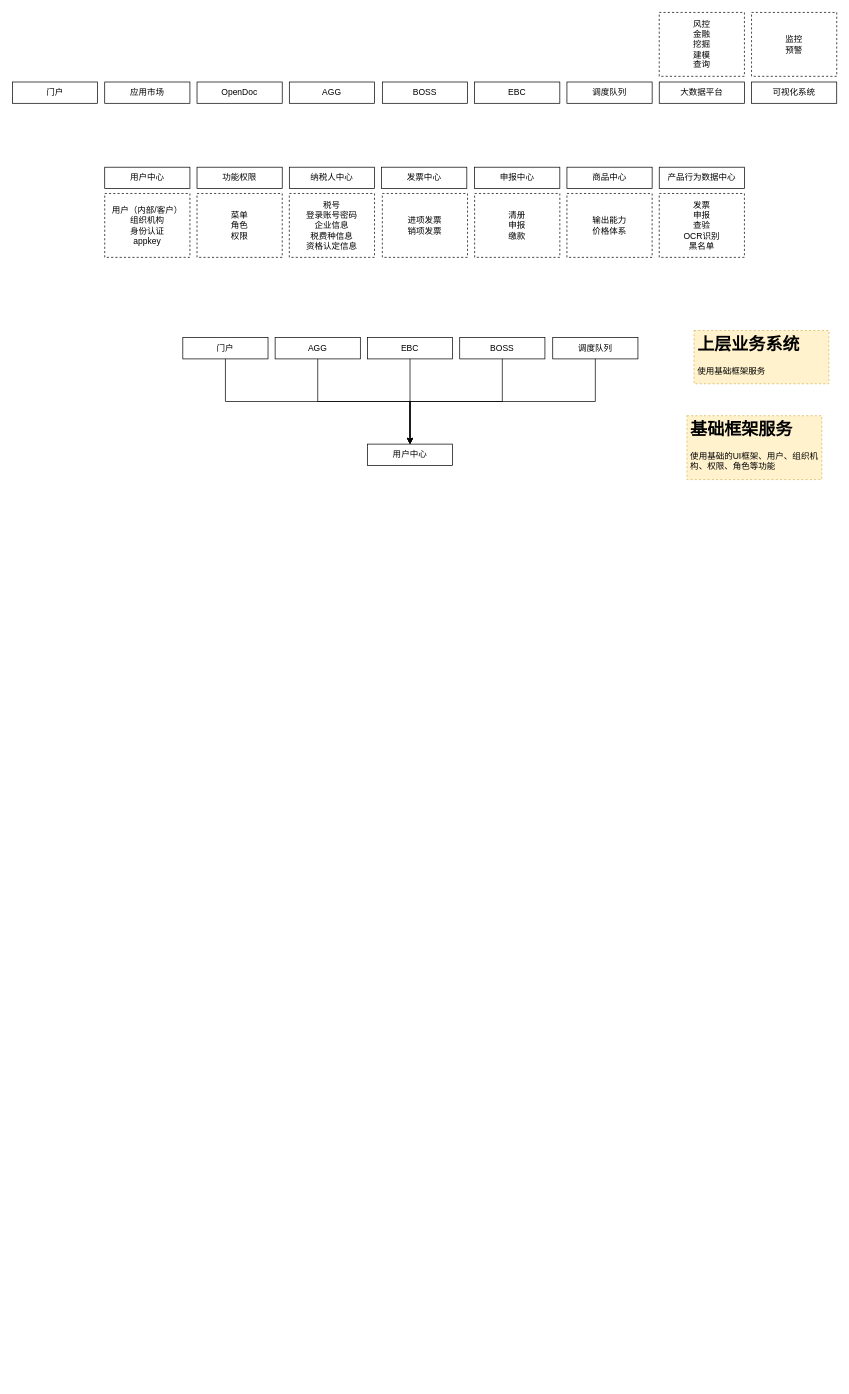
Earlier version of the draw.io diagram 基于Boss系统的基础框架.drawio (xingzhihe/hello-world). Source tidied: cells renumbered, new cells numbered last; positions are measured from the earlier drawing's top-left corner, leaving out a move shared by most shapes. Both pictures are drawn from the tidied source at 71%, with x=0, y=0 at pixel (12, 12).
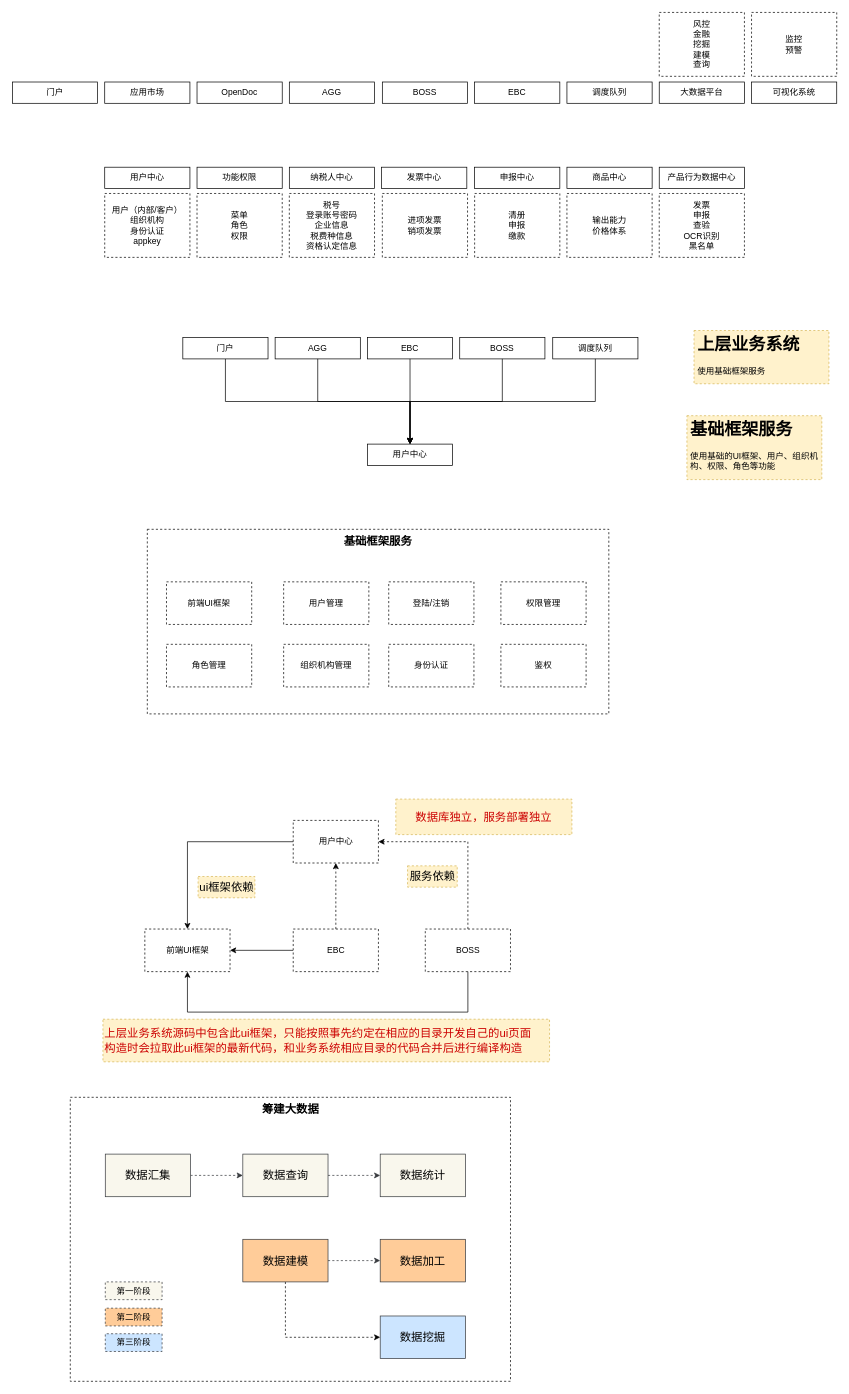
Above is the later version.

Commit message:
更新基于Boss系统的基础框架.drawio

The edit, as a diff of the source:
```diff
@@
+    <mxCell id="40" value="&lt;b&gt;筹建大数据&lt;/b&gt;" style="rounded=0;whiteSpace=wrap;html=1;fontSize=16;fontColor=#000000;dashed=1;align=center;verticalAlign=top;" parent="1" vertex="1">
+      <mxGeometry x="81.5" y="1528" width="620" height="400" as="geometry" />
+    </mxCell>
@@
+    <mxCell id="41" value="&lt;font style=&quot;font-size: 16px&quot;&gt;基础框架服务&lt;/font&gt;" style="whiteSpace=wrap;html=1;dashed=1;verticalAlign=top;fontStyle=1;" parent="1" vertex="1">
+      <mxGeometry x="190" y="728" width="650" height="260" as="geometry" />
+    </mxCell>
+    <mxCell id="42" value="前端UI框架" style="rounded=0;whiteSpace=wrap;html=1;dashed=1;" parent="1" vertex="1">
+      <mxGeometry x="217" y="802" width="120" height="60" as="geometry" />
+    </mxCell>
+    <mxCell id="43" value="用户管理" style="rounded=0;whiteSpace=wrap;html=1;dashed=1;" parent="1" vertex="1">
+      <mxGeometry x="382" y="802" width="120" height="60" as="geometry" />
+    </mxCell>
+    <mxCell id="44" value="组织机构管理" style="rounded=0;whiteSpace=wrap;html=1;dashed=1;" parent="1" vertex="1">
+      <mxGeometry x="382" y="890" width="120" height="60" as="geometry" />
+    </mxCell>
+    <mxCell id="45" value="登陆/注销" style="rounded=0;whiteSpace=wrap;html=1;dashed=1;" parent="1" vertex="1">
+      <mxGeometry x="530" y="802" width="120" height="60" as="geometry" />
+    </mxCell>
+    <mxCell id="46" value="角色管理" style="rounded=0;whiteSpace=wrap;html=1;dashed=1;" parent="1" vertex="1">
+      <mxGeometry x="217" y="890" width="120" height="60" as="geometry" />
+    </mxCell>
+    <mxCell id="47" value="权限管理" style="rounded=0;whiteSpace=wrap;html=1;dashed=1;" parent="1" vertex="1">
+      <mxGeometry x="688" y="802" width="120" height="60" as="geometry" />
+    </mxCell>
+    <mxCell id="48" value="身份认证" style="rounded=0;whiteSpace=wrap;html=1;dashed=1;" parent="1" vertex="1">
+      <mxGeometry x="530" y="890" width="120" height="60" as="geometry" />
+    </mxCell>
+    <mxCell id="49" value="鉴权" style="rounded=0;whiteSpace=wrap;html=1;dashed=1;" parent="1" vertex="1">
+      <mxGeometry x="688" y="890" width="120" height="60" as="geometry" />
+    </mxCell>
+    <mxCell id="50" style="edgeStyle=orthogonalEdgeStyle;rounded=0;jettySize=auto;html=1;exitX=0;exitY=0.5;exitDx=0;exitDy=0;fontSize=16;entryX=1;entryY=0.5;entryDx=0;entryDy=0;" parent="1" edge="1" source="52" target="51">
+      <mxGeometry relative="1" as="geometry" />
+    </mxCell>
+    <mxCell id="51" value="前端UI框架" style="rounded=0;whiteSpace=wrap;html=1;dashed=1;" parent="1" vertex="1">
+      <mxGeometry x="186.5" y="1291" width="120" height="60" as="geometry" />
+    </mxCell>
+    <mxCell id="52" value="EBC" style="rounded=0;whiteSpace=wrap;html=1;dashed=1;" parent="1" vertex="1">
+      <mxGeometry x="395.5" y="1291" width="120" height="60" as="geometry" />
+    </mxCell>
+    <mxCell id="53" value="用户中心" style="rounded=0;whiteSpace=wrap;html=1;dashed=1;" parent="1" vertex="1">
+      <mxGeometry x="395.5" y="1138" width="120" height="60" as="geometry" />
+    </mxCell>
+    <mxCell id="54" value="BOSS" style="rounded=0;whiteSpace=wrap;html=1;dashed=1;" parent="1" vertex="1">
+      <mxGeometry x="581.5" y="1291" width="120" height="60" as="geometry" />
+    </mxCell>
+    <mxCell id="55" style="edgeStyle=orthogonalEdgeStyle;rounded=0;jettySize=auto;html=1;exitX=0.5;exitY=1;exitDx=0;exitDy=0;fontSize=16;entryX=0.5;entryY=1;entryDx=0;entryDy=0;" parent="1" edge="1" source="54" target="51">
+      <mxGeometry relative="1" as="geometry">
+        <Array as="points">
+          <mxPoint x="641.5" y="1408" />
+          <mxPoint x="246.5" y="1408" />
+        </Array>
+      </mxGeometry>
+    </mxCell>
+    <mxCell id="56" style="edgeStyle=orthogonalEdgeStyle;rounded=0;jettySize=auto;html=1;exitX=0;exitY=0.5;exitDx=0;exitDy=0;fontSize=16;entryX=0.5;entryY=0;entryDx=0;entryDy=0;" parent="1" edge="1" source="53" target="51">
+      <mxGeometry relative="1" as="geometry">
+        <Array as="points">
+          <mxPoint x="246.5" y="1168" />
+        </Array>
+      </mxGeometry>
+    </mxCell>
+    <mxCell id="57" style="edgeStyle=orthogonalEdgeStyle;rounded=0;jettySize=auto;html=1;exitX=0.5;exitY=0;exitDx=0;exitDy=0;fontSize=16;entryX=1;entryY=0.5;entryDx=0;entryDy=0;dashed=1;" parent="1" edge="1" source="54" target="53">
+      <mxGeometry relative="1" as="geometry" />
+    </mxCell>
+    <mxCell id="58" style="edgeStyle=orthogonalEdgeStyle;rounded=0;jettySize=auto;html=1;exitX=0.5;exitY=0;exitDx=0;exitDy=0;fontSize=16;entryX=0.5;entryY=1;entryDx=0;entryDy=0;dashed=1;" parent="1" edge="1" source="52" target="53">
+      <mxGeometry relative="1" as="geometry" />
+    </mxCell>
+    <mxCell id="59" value="服务依赖" style="text;html=1;strokeColor=#d6b656;fillColor=#fff2cc;align=center;verticalAlign=middle;whiteSpace=wrap;rounded=0;dashed=1;fontSize=16;" parent="1" vertex="1">
+      <mxGeometry x="556.5" y="1202" width="70" height="30" as="geometry" />
+    </mxCell>
+    <mxCell id="60" value="ui框架依赖" style="text;html=1;strokeColor=#d6b656;fillColor=#fff2cc;align=center;verticalAlign=middle;whiteSpace=wrap;rounded=0;dashed=1;fontSize=16;" parent="1" vertex="1">
+      <mxGeometry x="261.5" y="1217" width="80" height="30" as="geometry" />
+    </mxCell>
+    <mxCell id="61" value="&lt;font&gt;数据库独立，服务部署独立&lt;/font&gt;" style="text;html=1;strokeColor=#d6b656;fillColor=#fff2cc;align=center;verticalAlign=middle;whiteSpace=wrap;rounded=0;dashed=1;fontSize=16;fontColor=#CC0000;" parent="1" vertex="1">
+      <mxGeometry x="540" y="1108" width="248" height="50" as="geometry" />
+    </mxCell>
+    <mxCell id="62" value="上层业务系统源码中包含此ui框架，只能按照事先约定在相应的目录开发自己的ui页面&lt;br&gt;构造时会拉取此ui框架的最新代码，和业务系统相应目录的代码合并后进行编译构造" style="text;html=1;strokeColor=#d6b656;fillColor=#fff2cc;align=left;verticalAlign=middle;whiteSpace=wrap;rounded=0;dashed=1;fontSize=16;fontColor=#CC0000;" parent="1" vertex="1">
+      <mxGeometry x="127.5" y="1418" width="629" height="60" as="geometry" />
+    </mxCell>
+    <mxCell id="63" style="edgeStyle=orthogonalEdgeStyle;rounded=0;jettySize=auto;html=1;dashed=1;fontSize=16;fontColor=#000000;fillColor=#f9f7ed;strokeColor=#36393d;" parent="1" edge="1" source="64" target="66">
+      <mxGeometry relative="1" as="geometry" />
+    </mxCell>
+    <mxCell id="64" value="&lt;font color=&quot;#000000&quot;&gt;数据汇集&lt;/font&gt;" style="rounded=0;whiteSpace=wrap;html=1;fontSize=16;fillColor=#f9f7ed;strokeColor=#36393d;" parent="1" vertex="1">
+      <mxGeometry x="130.8" y="1608" width="120" height="60" as="geometry" />
+    </mxCell>
+    <mxCell id="65" style="edgeStyle=orthogonalEdgeStyle;rounded=0;jettySize=auto;html=1;dashed=1;fontSize=16;fontColor=#000000;fillColor=#f9f7ed;strokeColor=#36393d;" parent="1" edge="1" source="66" target="67">
+      <mxGeometry relative="1" as="geometry" />
+    </mxCell>
+    <mxCell id="66" value="&lt;font color=&quot;#000000&quot;&gt;数据查询&lt;/font&gt;" style="rounded=0;whiteSpace=wrap;html=1;fontSize=16;fillColor=#f9f7ed;strokeColor=#36393d;" parent="1" vertex="1">
+      <mxGeometry x="324.5" y="1608" width="120" height="60" as="geometry" />
+    </mxCell>
+    <mxCell id="67" value="&lt;font color=&quot;#000000&quot;&gt;数据统计&lt;/font&gt;" style="rounded=0;whiteSpace=wrap;html=1;fontSize=16;fillColor=#f9f7ed;strokeColor=#36393d;" parent="1" vertex="1">
+      <mxGeometry x="518" y="1608" width="120" height="60" as="geometry" />
+    </mxCell>
+    <mxCell id="68" style="edgeStyle=orthogonalEdgeStyle;rounded=0;jettySize=auto;html=1;dashed=1;fontSize=16;fontColor=#000000;fillColor=#ffcc99;strokeColor=#36393d;" parent="1" edge="1" source="70" target="71">
+      <mxGeometry relative="1" as="geometry" />
+    </mxCell>
+    <mxCell id="69" style="edgeStyle=orthogonalEdgeStyle;rounded=0;jettySize=auto;html=1;dashed=1;fontSize=16;fontColor=#000000;entryX=0;entryY=0.5;entryDx=0;entryDy=0;exitX=0.5;exitY=1;exitDx=0;exitDy=0;" parent="1" edge="1" source="70" target="72">
+      <mxGeometry relative="1" as="geometry" />
+    </mxCell>
+    <mxCell id="70" value="&lt;font color=&quot;#000000&quot;&gt;数据建模&lt;/font&gt;" style="rounded=0;whiteSpace=wrap;html=1;fontSize=16;fillColor=#ffcc99;strokeColor=#36393d;" parent="1" vertex="1">
+      <mxGeometry x="324.5" y="1728" width="120" height="60" as="geometry" />
+    </mxCell>
+    <mxCell id="71" value="&lt;font color=&quot;#000000&quot;&gt;数据加工&lt;/font&gt;" style="rounded=0;whiteSpace=wrap;html=1;fontSize=16;fillColor=#ffcc99;strokeColor=#36393d;" parent="1" vertex="1">
+      <mxGeometry x="518" y="1728" width="120" height="60" as="geometry" />
+    </mxCell>
+    <mxCell id="72" value="&lt;font color=&quot;#000000&quot;&gt;数据挖掘&lt;/font&gt;" style="rounded=0;whiteSpace=wrap;html=1;fontSize=16;fillColor=#cce5ff;strokeColor=#36393d;" parent="1" vertex="1">
+      <mxGeometry x="518" y="1836" width="120" height="60" as="geometry" />
+    </mxCell>
+    <mxCell id="73" value="第一阶段" style="text;html=1;strokeColor=#36393d;fillColor=#f9f7ed;align=center;verticalAlign=middle;whiteSpace=wrap;rounded=0;dashed=1;fontSize=12;flipV=1;" parent="1" vertex="1">
+      <mxGeometry x="130.8" y="1788" width="80" height="25" as="geometry" />
+    </mxCell>
+    <mxCell id="74" value="第二阶段" style="text;html=1;strokeColor=#36393d;fillColor=#ffcc99;align=center;verticalAlign=middle;whiteSpace=wrap;rounded=0;dashed=1;fontSize=12;flipV=1;" parent="1" vertex="1">
+      <mxGeometry x="130.8" y="1825" width="80" height="25" as="geometry" />
+    </mxCell>
+    <mxCell id="75" value="第三阶段" style="text;html=1;strokeColor=#36393d;fillColor=#cce5ff;align=center;verticalAlign=middle;whiteSpace=wrap;rounded=0;dashed=1;fontSize=12;flipV=1;" parent="1" vertex="1">
+      <mxGeometry x="130.8" y="1861" width="80" height="25" as="geometry" />
+    </mxCell>
```
